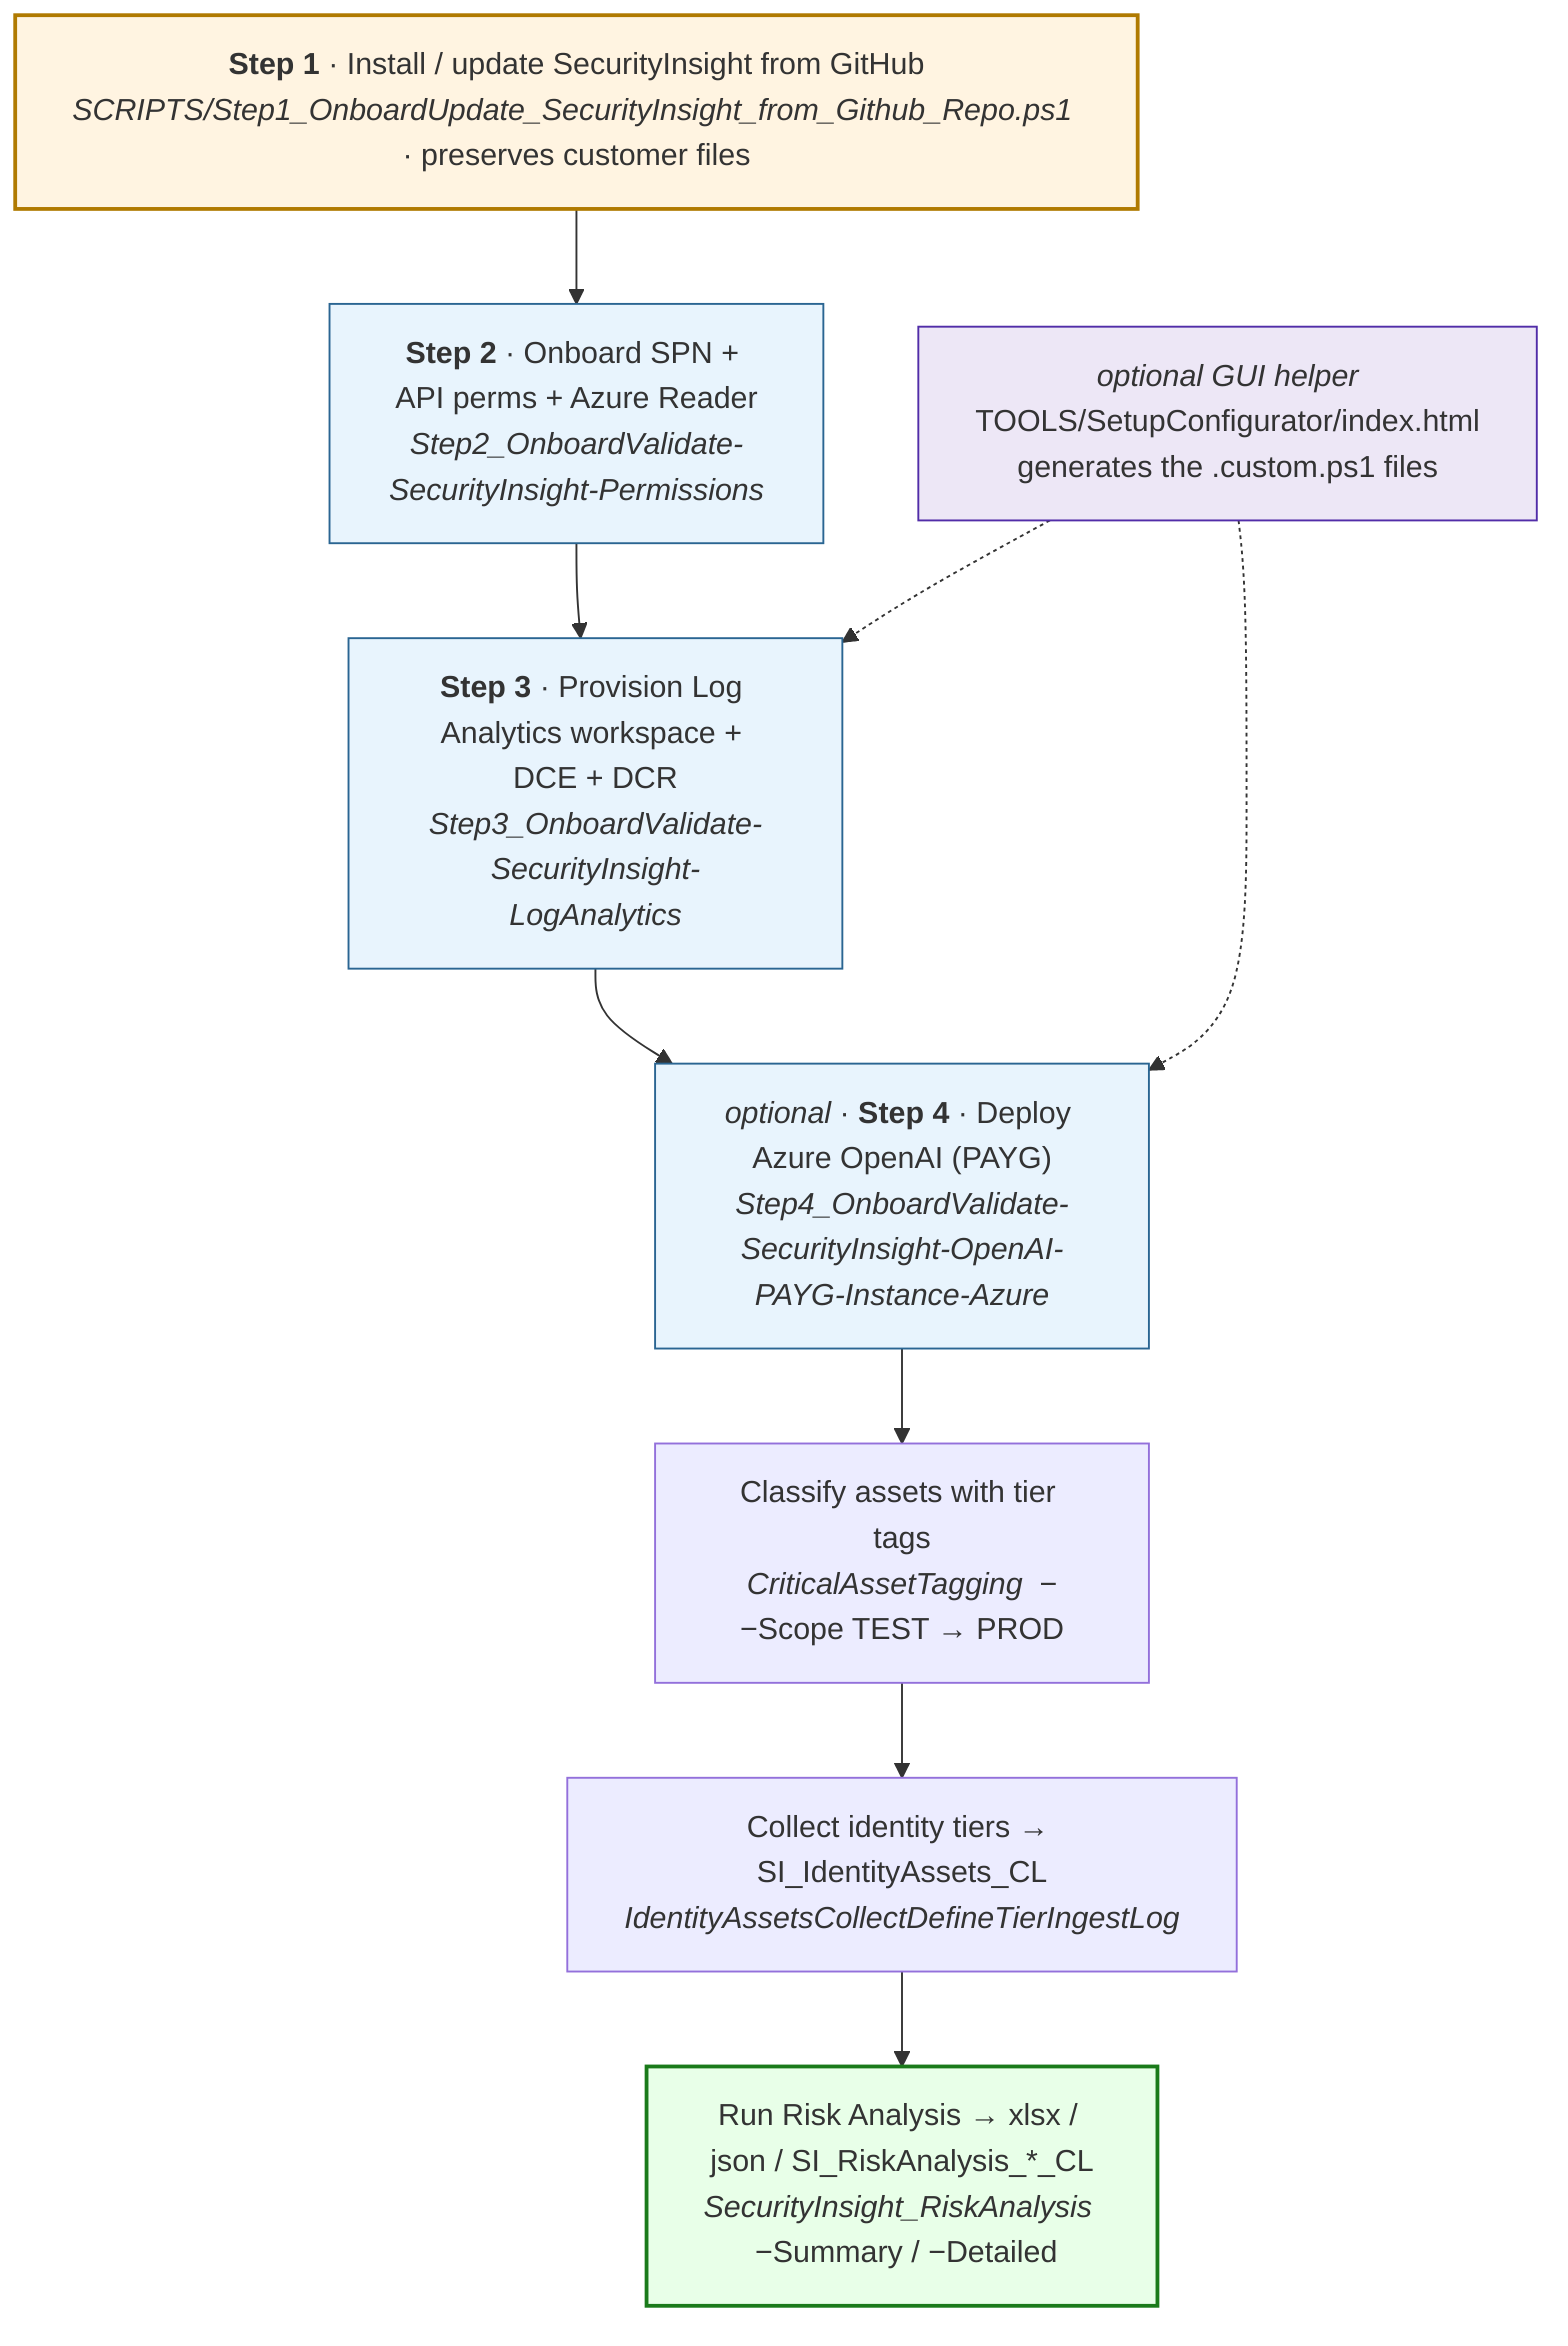
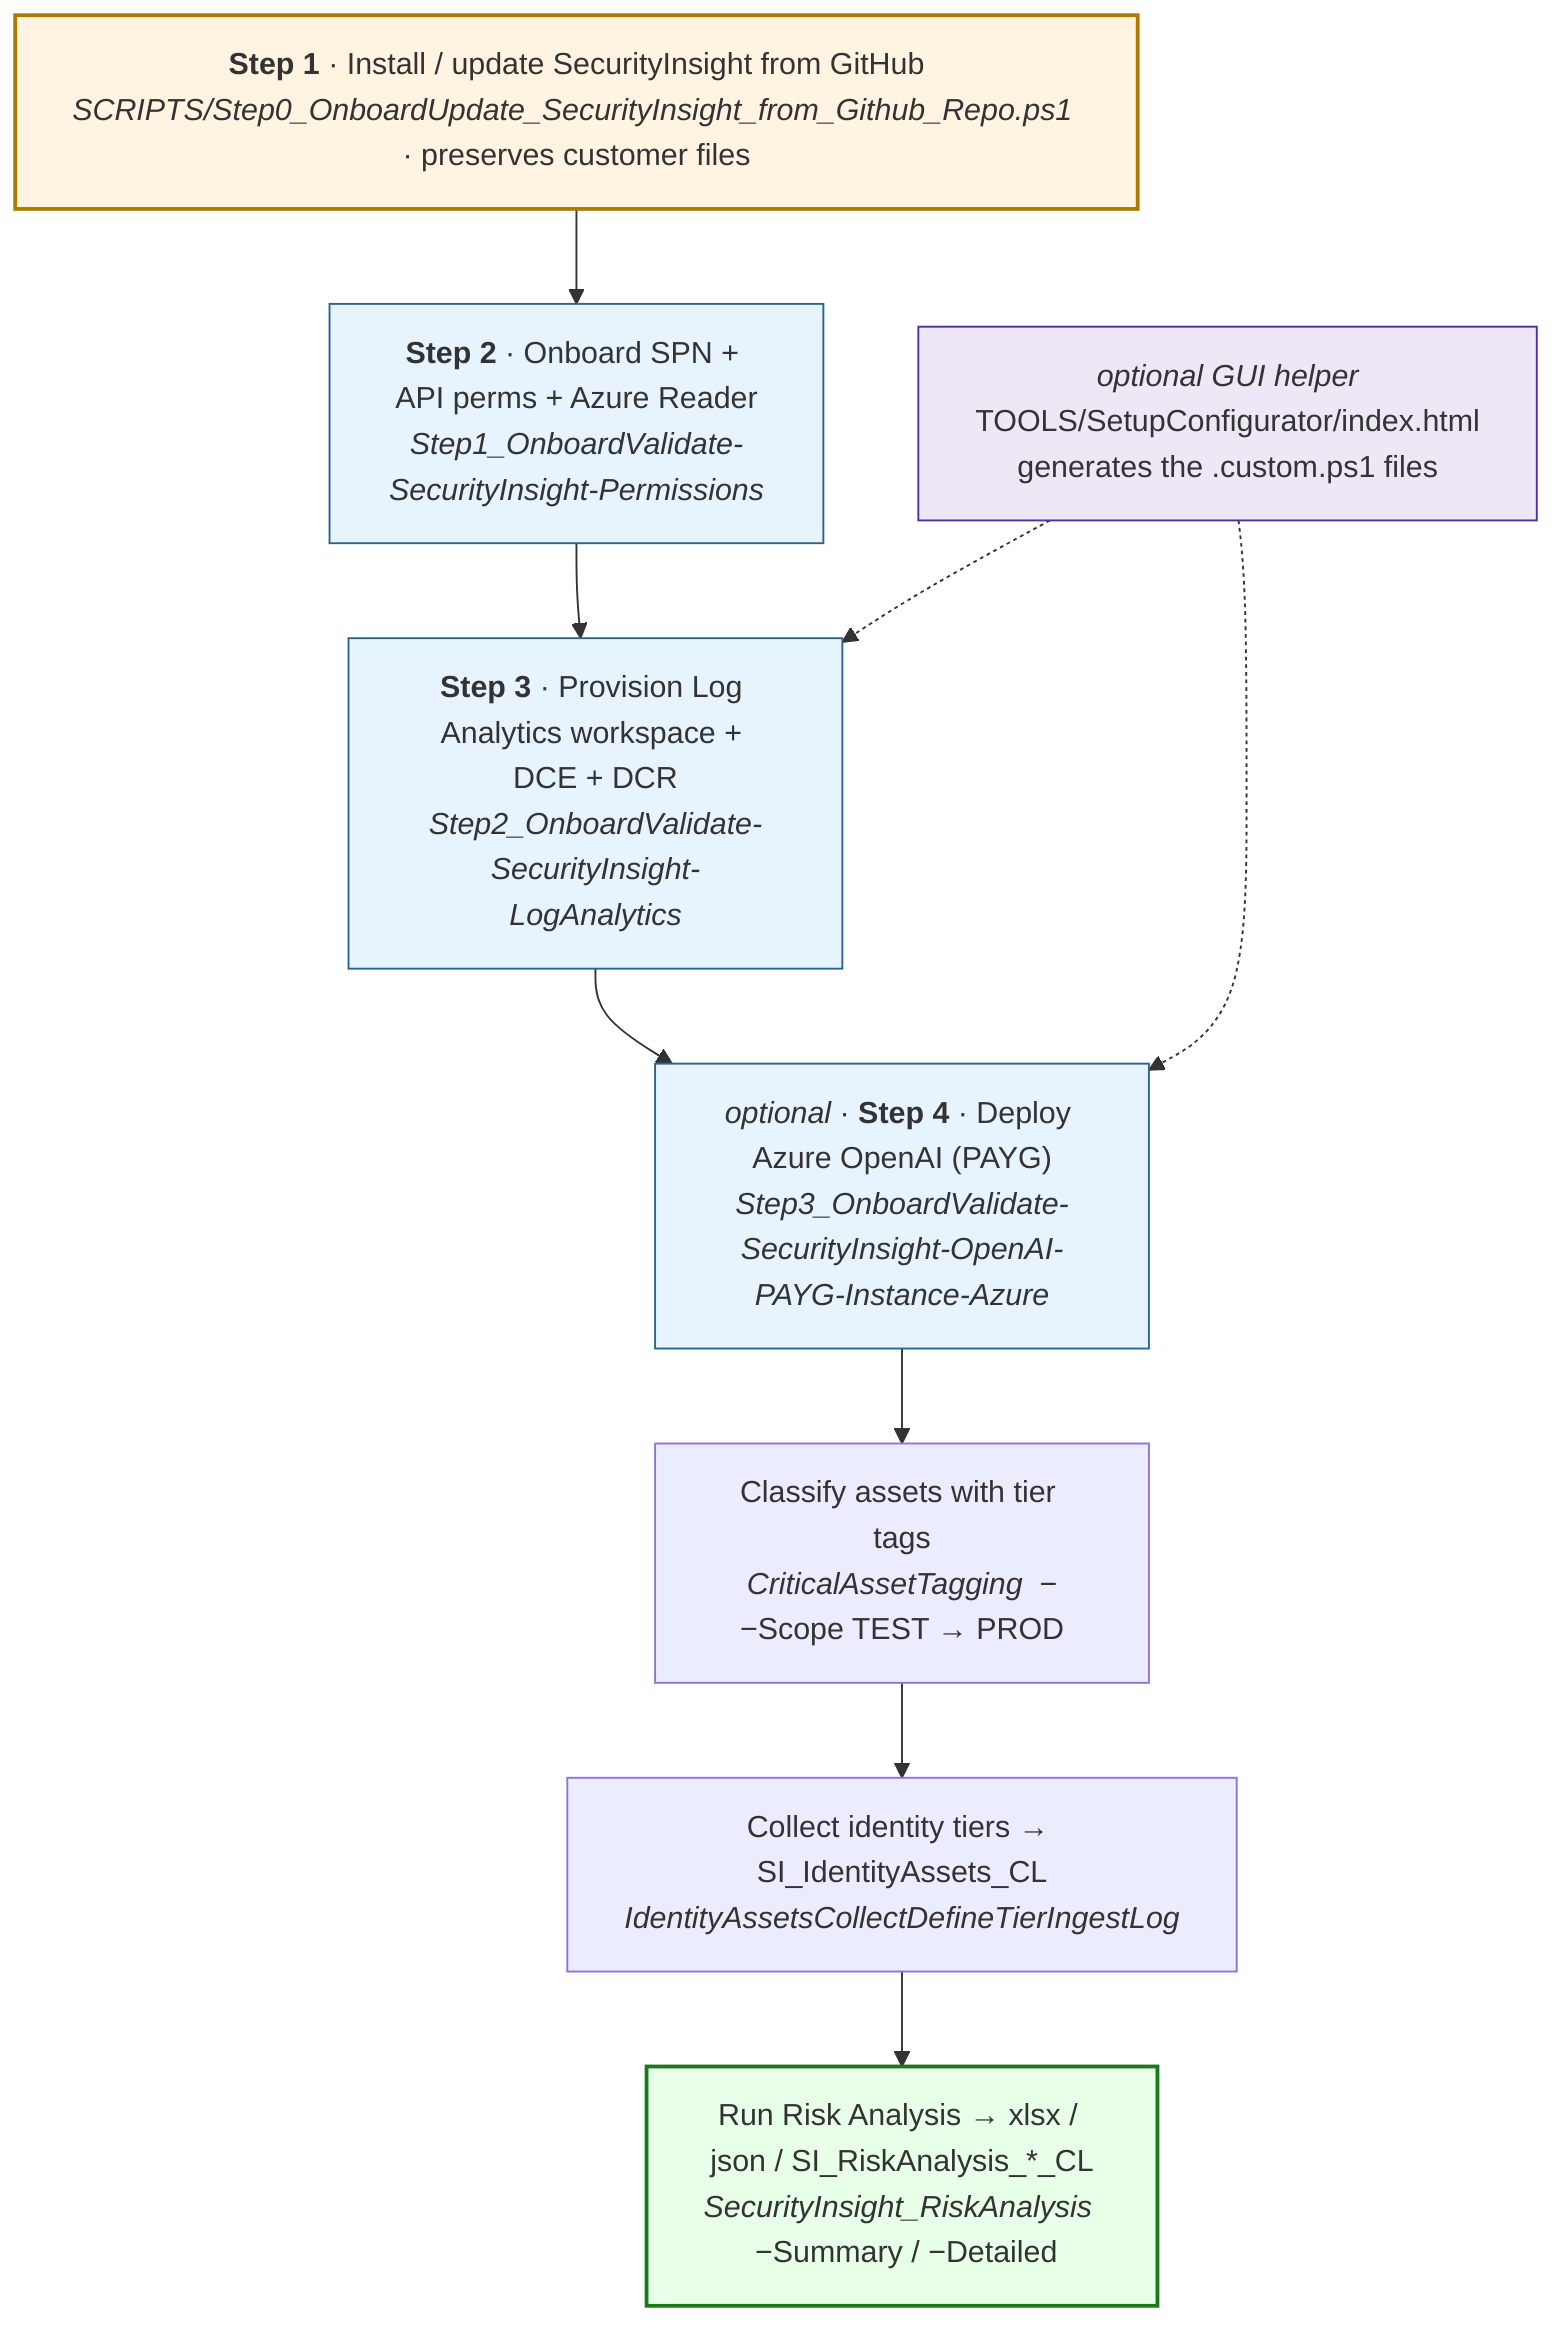
- %% 7-step quick-start workflow: from GitHub download to running Risk Analysis.
+ ﻿%% 7-step quick-start workflow: from GitHub download to running Risk Analysis.
%% Used in README § 3.1 (High-level overview).
flowchart TD
-     S1["<b>Step 1</b> &middot; Install / update SecurityInsight from GitHub<br/><i>SCRIPTS/Step1_OnboardUpdate_SecurityInsight_from_Github_Repo.ps1</i> &middot; preserves customer files"] --> S2
-     S2["<b>Step 2</b> &middot; Onboard SPN + API perms + Azure Reader<br/><i>Step2_OnboardValidate-SecurityInsight-Permissions</i>"] --> S3
-     S3["<b>Step 3</b> &middot; Provision Log Analytics workspace + DCE + DCR<br/><i>Step3_OnboardValidate-SecurityInsight-LogAnalytics</i>"] --> S4
-     S4["<i>optional</i> &middot; <b>Step 4</b> &middot; Deploy Azure OpenAI (PAYG)<br/><i>Step4_OnboardValidate-SecurityInsight-OpenAI-PAYG-Instance-Azure</i>"] --> S5
+     S1["<b>Step 1</b> &middot; Install / update SecurityInsight from GitHub<br/><i>SCRIPTS/Step0_OnboardUpdate_SecurityInsight_from_Github_Repo.ps1</i> &middot; preserves customer files"] --> S2
+     S2["<b>Step 2</b> &middot; Onboard SPN + API perms + Azure Reader<br/><i>Step1_OnboardValidate-SecurityInsight-Permissions</i>"] --> S3
+     S3["<b>Step 3</b> &middot; Provision Log Analytics workspace + DCE + DCR<br/><i>Step2_OnboardValidate-SecurityInsight-LogAnalytics</i>"] --> S4
+     S4["<i>optional</i> &middot; <b>Step 4</b> &middot; Deploy Azure OpenAI (PAYG)<br/><i>Step3_OnboardValidate-SecurityInsight-OpenAI-PAYG-Instance-Azure</i>"] --> S5
    S5["Classify assets with tier tags<br/><i>CriticalAssetTagging</i> &nbsp;&minus;&minus;Scope TEST &rarr; PROD"] --> S6
    S6["Collect identity tiers &rarr; SI_IdentityAssets_CL<br/><i>IdentityAssetsCollectDefineTierIngestLog</i>"] --> S7
    S7["Run Risk Analysis &rarr; xlsx / json / SI_RiskAnalysis_*_CL<br/><i>SecurityInsight_RiskAnalysis</i> &nbsp;&minus;Summary / &minus;Detailed"]

    CFG["<i>optional GUI helper</i><br/>TOOLS/SetupConfigurator/index.html<br/>generates the .custom.ps1 files"] -.-> S3
    CFG -.-> S4

    style S1 fill:#fff4e1,stroke:#b07a00,stroke-width:2px
    style S2 fill:#e8f4fd,stroke:#2a6592
    style S3 fill:#e8f4fd,stroke:#2a6592
    style S4 fill:#e8f4fd,stroke:#2a6592
    style CFG fill:#ede7f6,stroke:#512da8
    style S7 fill:#e8ffe8,stroke:#1a7a1a,stroke-width:2px
